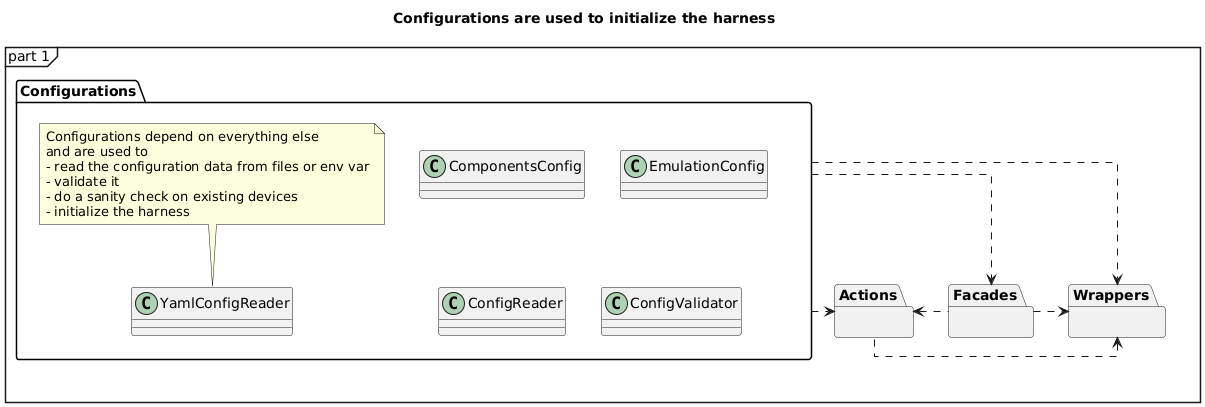
Before: src/ska_integration_test_harness/architecture-config.png, a diagram exported from PlantUML (ska-telescope/ska-integration-test-harness).
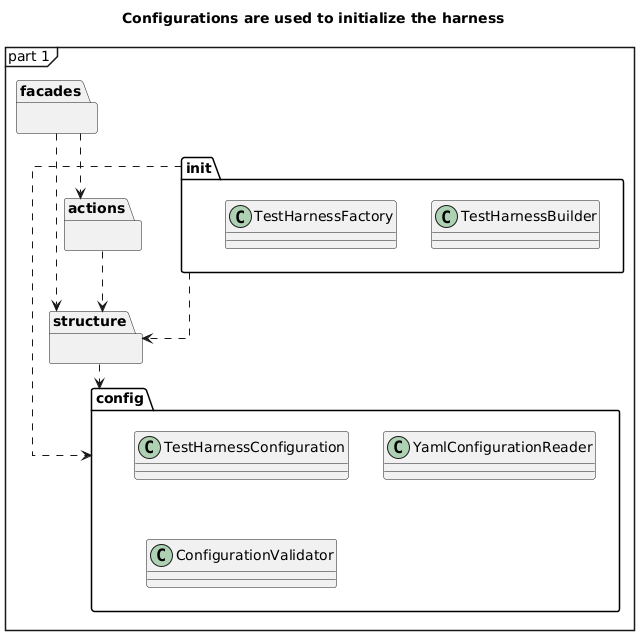
The same diagram one commit later.

Diff of the diagram source:
```diff
@@ -6,50 +6,44 @@
 
 title Configurations are used to initialize the harness
 
-package "Configurations" {
+package "init" {
 
-    class ComponentsConfig {
+    class TestHarnessBuilder {
     }
-    class EmulationConfig {}
-    class ConfigReader {
+
+    class TestHarnessFactory {
     }
-    class YamlConfigReader {}
-    note top
-Configurations depend on everything else
-and are used to
-- read the configuration data from files or env var
-- validate it
-- do a sanity check on existing devices
-- initialize the harness
-end note
+}
 
-    class ConfigValidator {}
+package "config" {
+
+    class TestHarnessConfiguration {
+    }
+
+    class YamlConfigurationReader {}
+
+    class ConfigurationValidator {}
+}
+
+
+package "facades" {
+}
+
+
+package "structure" {
 
 }
 
-
-package "Facades" {
-
+package "actions" {
 
 }
 
+actions ..> structure
+facades ..> actions
+facades ..> structure
 
-package "Wrappers" {
-
-}
-
-
-
-package "Actions" {
-
-}
-Actions .left.> Wrappers
-"Facades" ..left..> Actions
-"Configurations" ..> Actions
-"Configurations" ..> Facades
-"Configurations" ..> Wrappers
-
-Facades ..right..> "Wrappers"
-
+structure ..> config
+init ..> config
+init ..> structure
 
 @enduml
```
